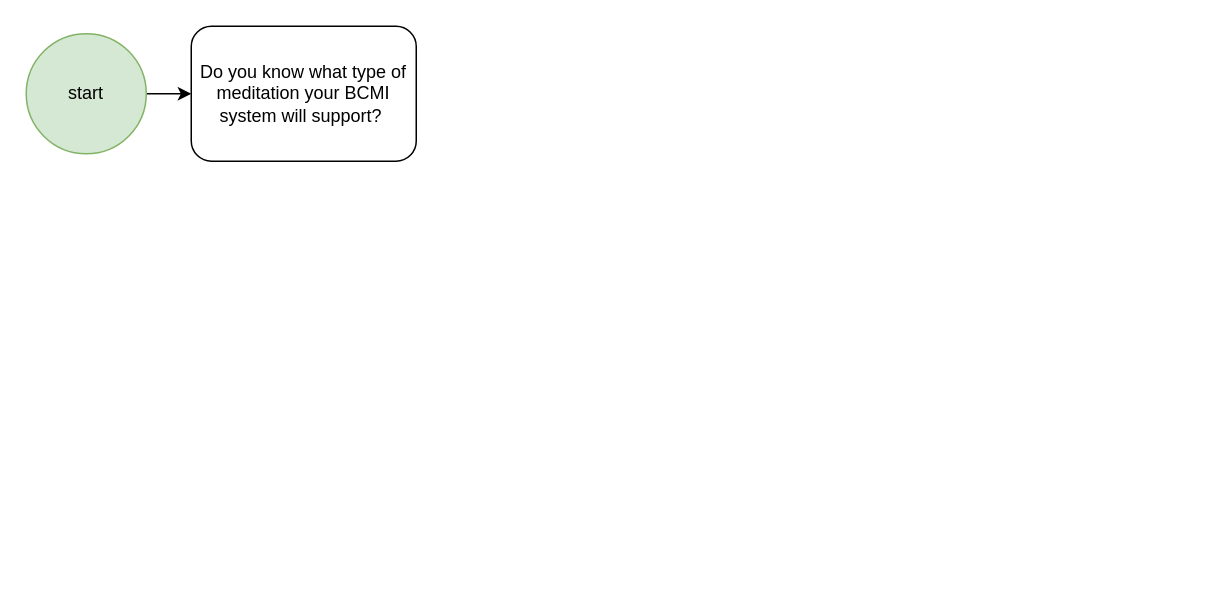
This is Untitled Diagram.drawio from khofstadter/bcmi-flowchart, a draw.io file, before an edit. Source tidied: cells renumbered, new cells numbered last; positions are measured from the earlier drawing's top-left corner, leaving out a move shared by most shapes. Both pictures are drawn from the tidied source at 150%, with x=0, y=0 at pixel (26, 26).
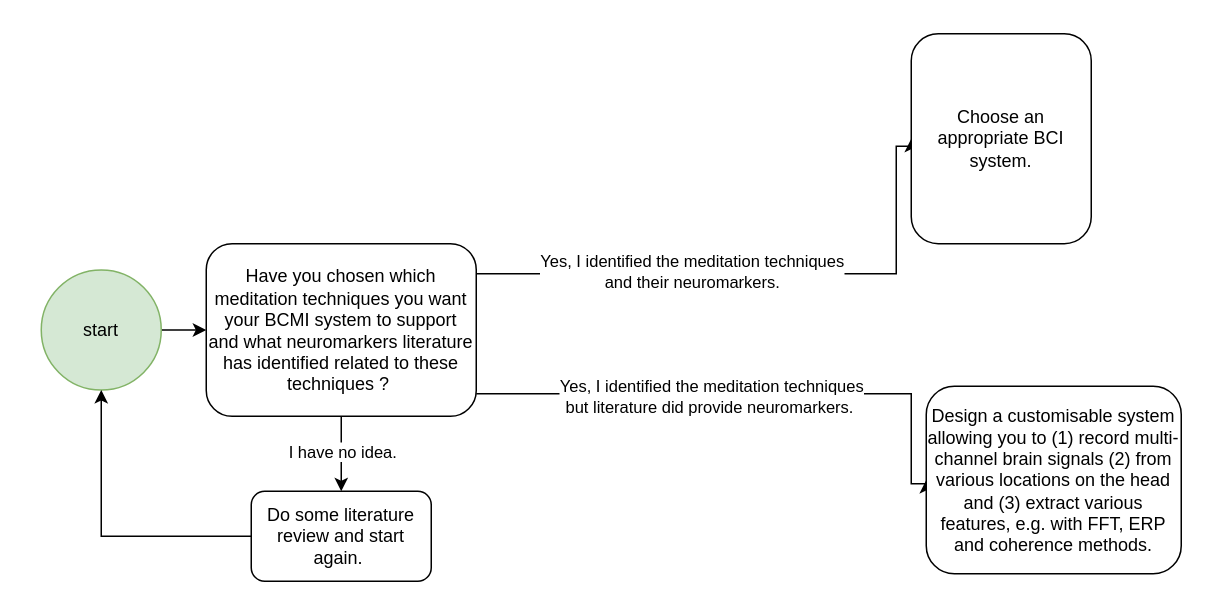
The same page after the edit.

Change to the diagram source:
```diff
@@
 <mxGraphModel>
   <root>
     <mxCell id="0" />
     <mxCell id="1" parent="0" />
     <mxCell id="2" style="edgeStyle=orthogonalEdgeStyle;rounded=0;jettySize=auto;html=1;" parent="1" edge="1" source="3" target="4">
       <mxGeometry relative="1" as="geometry" />
     </mxCell>
     <mxCell id="3" value="start" style="ellipse;whiteSpace=wrap;html=1;fillColor=#d5e8d4;strokeColor=#82b366;" parent="1" vertex="1">
-      <mxGeometry y="5" width="80" height="80" as="geometry" />
+      <mxGeometry x="10" y="162.5" width="80" height="80" as="geometry" />
     </mxCell>
+    <mxCell id="5" style="edgeStyle=orthogonalEdgeStyle;rounded=0;jettySize=auto;html=1;" parent="1" edge="1" source="4" target="12">
+      <mxGeometry relative="1" as="geometry" />
+    </mxCell>
+    <mxCell id="6" value="I have no idea." style="edgeLabel;html=1;align=center;verticalAlign=middle;" parent="5" vertex="1">
+      <mxGeometry x="-0.07" y="-4" relative="1" as="geometry">
+        <mxPoint x="4" as="offset" />
+      </mxGeometry>
+    </mxCell>
+    <mxCell id="7" style="edgeStyle=orthogonalEdgeStyle;rounded=0;jettySize=auto;html=1;entryX=0;entryY=0.5;entryDx=0;entryDy=0;strokeColor=default;" parent="1" edge="1" source="4" target="13">
+      <mxGeometry relative="1" as="geometry">
+        <Array as="points">
+          <mxPoint x="590" y="245" />
+          <mxPoint x="590" y="305" />
+        </Array>
+      </mxGeometry>
+    </mxCell>
+    <mxCell id="8" value="Yes, I identified the meditation techniques &lt;br&gt;but literature did provide neuromarkers.&amp;nbsp;" style="edgeLabel;html=1;align=center;verticalAlign=middle;" parent="7" vertex="1">
+      <mxGeometry x="-0.14" y="-1" relative="1" as="geometry" />
+    </mxCell>
+    <mxCell id="9" style="edgeStyle=orthogonalEdgeStyle;rounded=0;jettySize=auto;html=1;entryX=0;entryY=0.5;entryDx=0;entryDy=0;strokeColor=default;" parent="1" edge="1" source="4" target="14">
+      <mxGeometry relative="1" as="geometry">
+        <Array as="points">
+          <mxPoint x="580" y="165" />
+          <mxPoint x="580" y="80" />
+          <mxPoint x="590" y="80" />
+        </Array>
+      </mxGeometry>
+    </mxCell>
+    <mxCell id="10" value="Yes, I identified the meditation techniques &lt;br&gt;and their neuromarkers." style="edgeLabel;html=1;align=center;verticalAlign=middle;" parent="9" vertex="1">
+      <mxGeometry x="-0.25" y="2" relative="1" as="geometry" />
+    </mxCell>
-    <mxCell id="4" value="Do you know what type of meditation your BCMI system will support?&amp;nbsp;" style="whiteSpace=wrap;html=1;rounded=1;glass=0;shadow=0;sketch=0;" parent="1" vertex="1">
-      <mxGeometry x="110" width="150" height="90" as="geometry" />
+    <mxCell id="4" value="Have you chosen which meditation techniques you want your BCMI system to support and what neuromarkers literature has identified related to these techniques ?&amp;nbsp;" style="whiteSpace=wrap;html=1;rounded=1;glass=0;shadow=0;sketch=0;" parent="1" vertex="1">
+      <mxGeometry x="120" y="145" width="180" height="115" as="geometry" />
     </mxCell>
+    <mxCell id="11" style="edgeStyle=orthogonalEdgeStyle;rounded=0;jettySize=auto;html=1;exitX=0;exitY=0.5;exitDx=0;exitDy=0;entryX=0.5;entryY=1;entryDx=0;entryDy=0;" parent="1" edge="1" source="12" target="3">
+      <mxGeometry relative="1" as="geometry" />
+    </mxCell>
+    <mxCell id="12" value="Do some literature review and start again.&amp;nbsp;" style="rounded=1;whiteSpace=wrap;html=1;shadow=0;glass=0;sketch=0;" parent="1" vertex="1">
+      <mxGeometry x="150" y="310" width="120" height="60" as="geometry" />
+    </mxCell>
+    <mxCell id="13" value="Design a customisable system allowing you to (1) record multi-channel brain signals (2) from various locations on the head and (3) extract various features, e.g. with FFT, ERP and coherence methods." style="rounded=1;whiteSpace=wrap;html=1;shadow=0;glass=0;sketch=0;" parent="1" vertex="1">
+      <mxGeometry x="600" y="240" width="170" height="125" as="geometry" />
+    </mxCell>
+    <mxCell id="14" value="Choose an appropriate BCI system." style="rounded=1;whiteSpace=wrap;html=1;shadow=0;glass=0;sketch=0;" parent="1" vertex="1">
+      <mxGeometry x="590" y="5" width="120" height="140" as="geometry" />
+    </mxCell>
   </root>
 </mxGraphModel>
```
